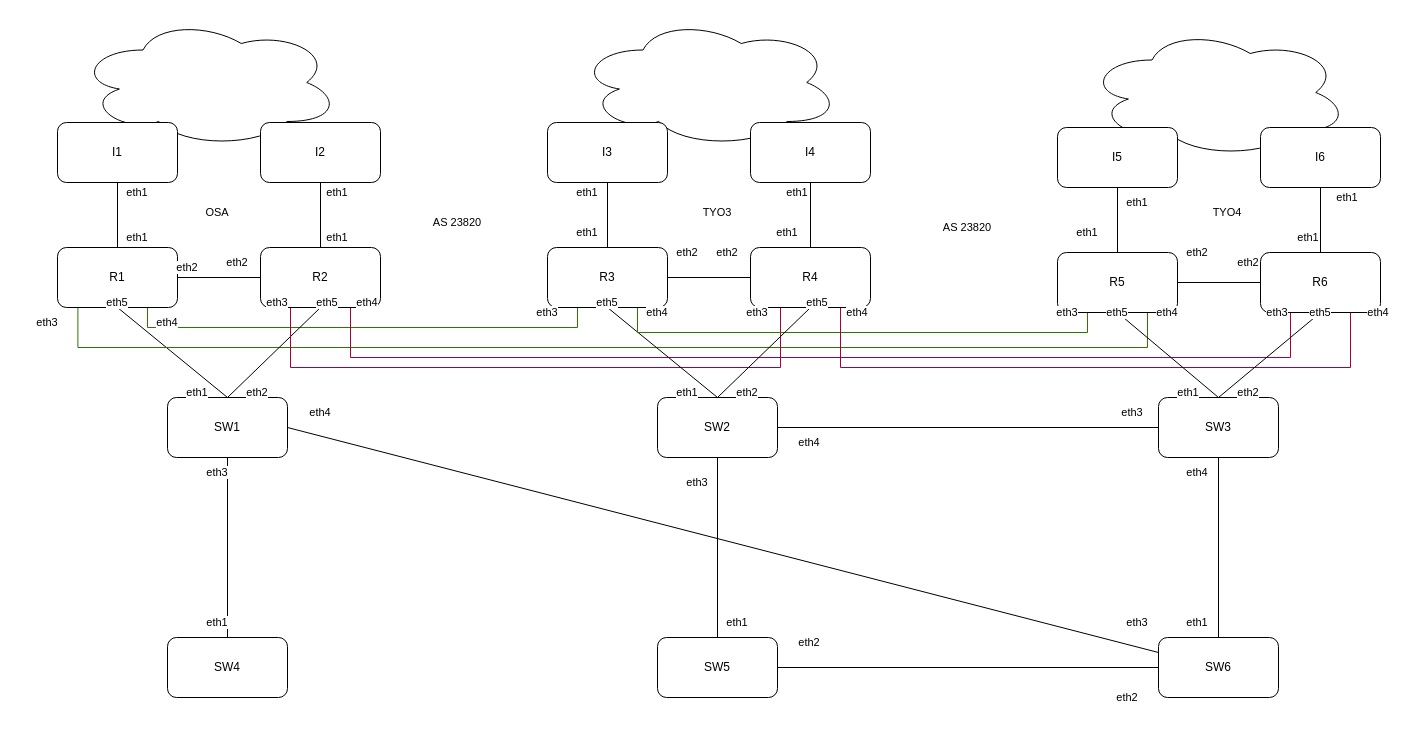
jiegitrepo/network_container_lab keeps this draw.io diagram as FULL_INTERNET/Diagram.drawio. Above is the earlier version. Source tidied: cells renumbered, new cells numbered last; positions are measured from the earlier drawing's top-left corner, leaving out a move shared by most shapes. Both pictures are drawn from the tidied source at 100%, with x=0, y=0 at pixel (17, 17).
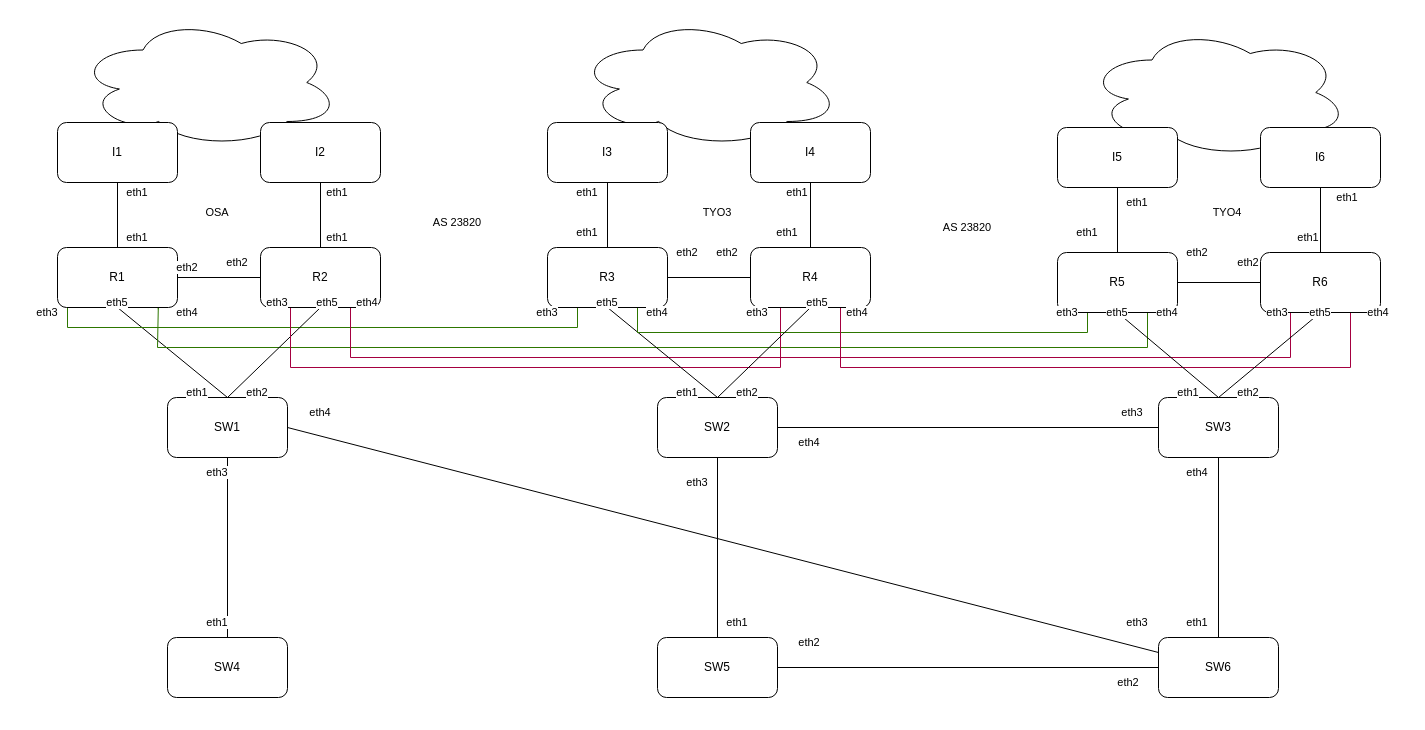
The same page after the edit.

Unchanged cells that the change refers to:
```xml
<mxCell id="6" value="R1" style="rounded=1;whiteSpace=wrap;html=1;" parent="1" vertex="1">
  <mxGeometry x="40" y="230" width="120" height="60" as="geometry" />
</mxCell>
<mxCell id="18" value="R3" style="rounded=1;whiteSpace=wrap;html=1;" parent="1" vertex="1">
  <mxGeometry x="530" y="230" width="120" height="60" as="geometry" />
</mxCell>
<mxCell id="28" value="R5" style="rounded=1;whiteSpace=wrap;html=1;" parent="1" vertex="1">
  <mxGeometry x="1040" y="235" width="120" height="60" as="geometry" />
</mxCell>
```

Diff of the diagram source:
```diff
@@
-    <mxCell id="4" style="edgeStyle=orthogonalEdgeStyle;shape=connector;rounded=0;jettySize=auto;html=1;exitX=0.17;exitY=0.993;exitDx=0;exitDy=0;entryX=0.75;entryY=1;entryDx=0;entryDy=0;strokeColor=#2D7600;align=center;verticalAlign=middle;fontFamily=Helvetica;fontSize=11;fontColor=default;labelBackgroundColor=default;endArrow=none;endFill=0;exitPerimeter=0;fillColor=#60a917;" parent="1" edge="1" source="6" target="28">
+    <mxCell id="4" style="edgeStyle=orthogonalEdgeStyle;shape=connector;rounded=0;jettySize=auto;html=1;exitX=0.84;exitY=1.03;exitDx=0;exitDy=0;entryX=0.75;entryY=1;entryDx=0;entryDy=0;strokeColor=#2D7600;align=center;verticalAlign=middle;fontFamily=Helvetica;fontSize=11;fontColor=default;labelBackgroundColor=default;endArrow=none;endFill=0;exitPerimeter=0;fillColor=#60a917;" parent="1" edge="1" source="6" target="28">
       <mxGeometry relative="1" as="geometry">
         <Array as="points">
-          <mxPoint x="60" y="330" />
+          <mxPoint x="141" y="290" />
+          <mxPoint x="140" y="330" />
           <mxPoint x="1130" y="330" />
         </Array>
       </mxGeometry>
     </mxCell>
-    <mxCell id="5" style="edgeStyle=orthogonalEdgeStyle;shape=connector;rounded=0;jettySize=auto;html=1;exitX=0.75;exitY=1;exitDx=0;exitDy=0;entryX=0.25;entryY=1;entryDx=0;entryDy=0;strokeColor=#2D7600;align=center;verticalAlign=middle;fontFamily=Helvetica;fontSize=11;fontColor=default;labelBackgroundColor=default;endArrow=none;endFill=0;fillColor=#60a917;" parent="1" edge="1" source="6" target="18">
-      <mxGeometry relative="1" as="geometry" />
+    <mxCell id="5" style="edgeStyle=orthogonalEdgeStyle;shape=connector;rounded=0;jettySize=auto;html=1;exitX=0.093;exitY=0.99;exitDx=0;exitDy=0;entryX=0.25;entryY=1;entryDx=0;entryDy=0;strokeColor=#2D7600;align=center;verticalAlign=middle;fontFamily=Helvetica;fontSize=11;fontColor=default;labelBackgroundColor=default;endArrow=none;endFill=0;fillColor=#60a917;exitPerimeter=0;" parent="1" edge="1" source="6" target="18">
+      <mxGeometry relative="1" as="geometry">
+        <Array as="points">
+          <mxPoint x="50" y="289" />
+          <mxPoint x="50" y="310" />
+          <mxPoint x="560" y="310" />
+        </Array>
+      </mxGeometry>
     </mxCell>
@@
     <mxCell id="71" value="eth3" style="text;html=1;whiteSpace=wrap;strokeColor=none;fillColor=none;align=center;verticalAlign=middle;rounded=0;fontFamily=Helvetica;fontSize=11;fontColor=default;labelBackgroundColor=default;" parent="1" vertex="1">
-      <mxGeometry y="290" width="60" height="30" as="geometry" />
+      <mxGeometry y="280" width="60" height="30" as="geometry" />
     </mxCell>
@@
     <mxCell id="76" value="eth4" style="text;html=1;whiteSpace=wrap;strokeColor=none;fillColor=none;align=center;verticalAlign=middle;rounded=0;fontFamily=Helvetica;fontSize=11;fontColor=default;labelBackgroundColor=default;" parent="1" vertex="1">
-      <mxGeometry x="120" y="290" width="60" height="30" as="geometry" />
+      <mxGeometry x="140" y="280" width="60" height="30" as="geometry" />
     </mxCell>
@@
     <mxCell id="103" value="eth2" style="text;html=1;whiteSpace=wrap;strokeColor=none;fillColor=none;align=center;verticalAlign=middle;rounded=0;fontFamily=Helvetica;fontSize=11;fontColor=default;labelBackgroundColor=default;" parent="1" vertex="1">
-      <mxGeometry x="1080" y="665" width="60" height="30" as="geometry" />
+      <mxGeometry x="1081" y="650" width="60" height="30" as="geometry" />
     </mxCell>
```
